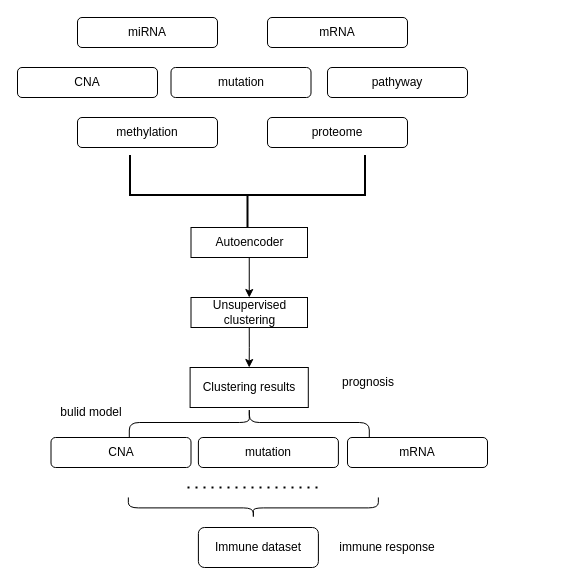
Earlier version of the draw.io diagram 未命名绘图.drawio (ningwei-wei/vcf2maf). Source tidied: cells renumbered, new cells numbered last; positions are measured from the earlier drawing's top-left corner, leaving out a move shared by most shapes. Both pictures are drawn from the tidied source at 100%, with x=0, y=0 at pixel (17, 17).
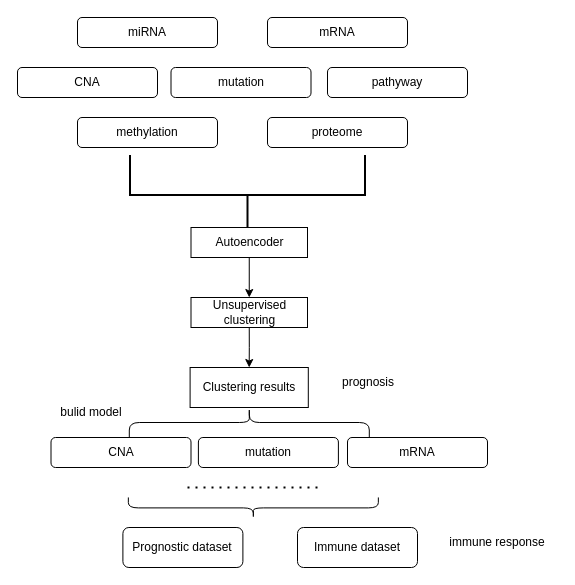
The same diagram, later.

Commit message (it also covers changes not shown here):
更新未命名绘图.drawio

Diff of the diagram source:
```diff
@@
     <mxCell id="16" value="immune response" style="text;html=1;strokeColor=none;fillColor=none;align=center;verticalAlign=middle;whiteSpace=wrap;rounded=0;" parent="1" vertex="1">
-      <mxGeometry x="310" y="515" width="120" height="30" as="geometry" />
+      <mxGeometry x="420" y="510" width="120" height="30" as="geometry" />
     </mxCell>
@@
     <mxCell id="19" value="Immune dataset" style="rounded=1;whiteSpace=wrap;html=1;" parent="1" vertex="1">
-      <mxGeometry x="180.9" y="510" width="120" height="40" as="geometry" />
+      <mxGeometry x="280" y="510" width="120" height="40" as="geometry" />
     </mxCell>
@@
+    <mxCell id="25" value="Prognostic dataset" style="rounded=1;whiteSpace=wrap;html=1;" parent="1" vertex="1">
+      <mxGeometry x="105.4" y="510" width="120" height="40" as="geometry" />
+    </mxCell>
```
